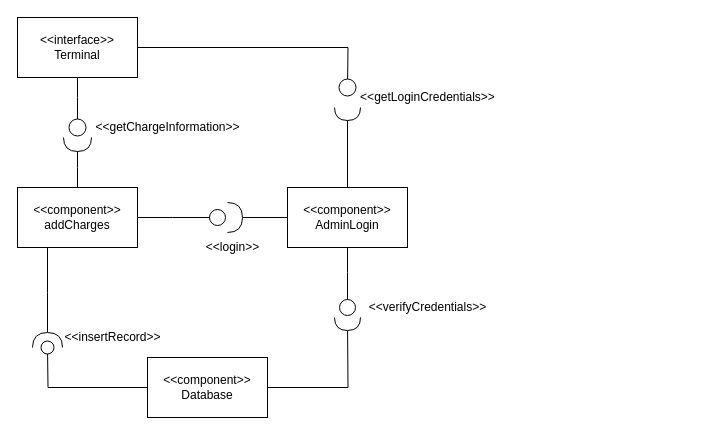
The draw.io diagram page "AddCharges" (2 of 3) of DesignDocument1.drawio in ImBrent/ClassWork, before the edit. Source tidied: cells renumbered, new cells numbered last; positions are measured from the earlier drawing's top-left corner, leaving out a move shared by most shapes. Both pictures are drawn from the tidied source at 100%, with x=0, y=0 at pixel (17, 17).
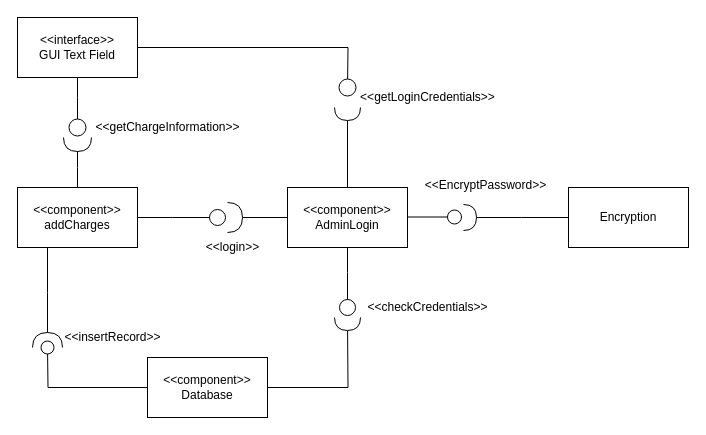
Above is the later version.

Diff of the diagram source:
```diff
@@
-    <mxCell id="4" value="&lt;div&gt;&amp;lt;&amp;lt;interface&amp;gt;&amp;gt;&lt;/div&gt;&lt;div&gt;Terminal&lt;br&gt;&lt;/div&gt;" style="rounded=0;whiteSpace=wrap;html=1;" parent="1" vertex="1">
+    <mxCell id="4" value="&lt;div&gt;&amp;lt;&amp;lt;interface&amp;gt;&amp;gt;&lt;/div&gt;&lt;div&gt;GUI Text Field&lt;br&gt;&lt;/div&gt;" style="rounded=0;whiteSpace=wrap;html=1;" parent="1" vertex="1">
       <mxGeometry width="120" height="60" as="geometry" />
     </mxCell>
@@
-    <mxCell id="19" value="&amp;lt;&amp;lt;verifyCredentials&amp;gt;&amp;gt;" style="text;html=1;align=center;verticalAlign=middle;" parent="1" vertex="1">
-      <mxGeometry x="345" y="280" width="130" height="20" as="geometry" />
+    <mxCell id="19" value="&amp;lt;&amp;lt;checkCredentials&amp;gt;&amp;gt;" style="text;html=1;align=center;verticalAlign=middle;" parent="1" vertex="1">
+      <mxGeometry x="343" y="281" width="134" height="18" as="geometry" />
     </mxCell>
@@
+    <mxCell id="22" style="endArrow=oval;html=1;endFill=0;endSize=14;" parent="1" edge="1">
+      <mxGeometry relative="1" as="geometry">
+        <mxPoint x="390" y="199.5" as="sourcePoint" />
+        <mxPoint x="437" y="199.5" as="targetPoint" />
+      </mxGeometry>
+    </mxCell>
+    <mxCell id="23" style="edgeStyle=orthogonalEdgeStyle;rounded=0;jettySize=auto;html=1;exitX=0;exitY=0.5;exitDx=0;exitDy=0;endArrow=halfCircle;endFill=0;endSize=11;" parent="1" edge="1" source="24">
+      <mxGeometry relative="1" as="geometry">
+        <mxPoint x="446" y="200" as="targetPoint" />
+      </mxGeometry>
+    </mxCell>
+    <mxCell id="24" value="Encryption" style="rounded=0;whiteSpace=wrap;html=1;" parent="1" vertex="1">
+      <mxGeometry x="551" y="170" width="120" height="60" as="geometry" />
+    </mxCell>
+    <mxCell id="25" value="&amp;lt;&amp;lt;EncryptPassword&amp;gt;&amp;gt;" style="text;html=1;align=center;verticalAlign=middle;" parent="1" vertex="1">
+      <mxGeometry x="401" y="159" width="134" height="18" as="geometry" />
+    </mxCell>
```
